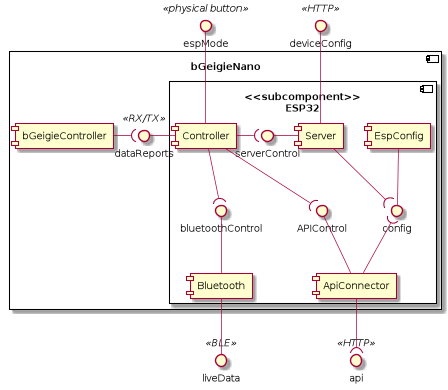
Above: designs/diagrams/components.png in Safecast/bGeigieCast (PlantUML), before the change.
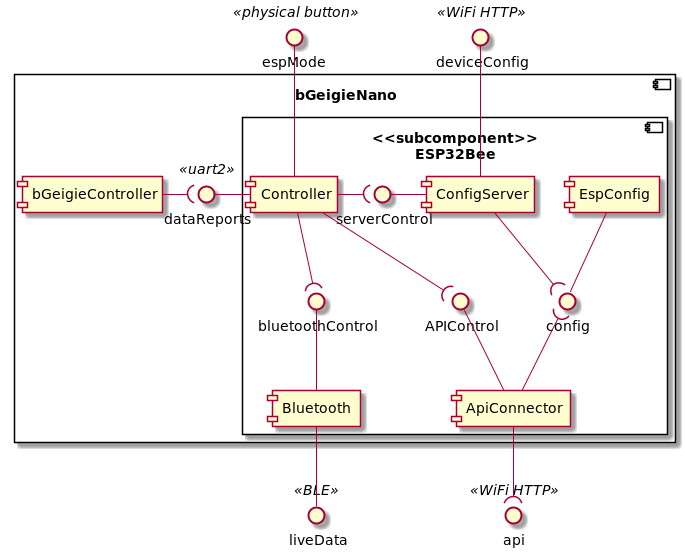
After the commit.

The edit, as a diff of the source:
```diff
@@ -1,32 +1,32 @@
 @startuml
 
 interface espMode<<physical button>>
-interface deviceConfig<<HTTP>>
+interface deviceConfig<<WiFi HTTP>>
 interface liveData<<BLE>>
-interface api<<HTTP>>
+interface api<<WiFi HTTP>>
 
 component bGeigieNano\n {
-    interface dataReports<<RX/TX>>
+    interface dataReports<<uart2>>
     component bGeigieController
 
-    component <<subcomponent>>\nESP32\n {
+    component <<subcomponent>>\nESP32Bee\n {
         interface IBL as "bluetoothControl"
         interface IAP as "APIControl"
         interface serverControl
         component Controller
-        component Server
+        component ConfigServer
         component ApiConnector
         component Bluetooth
         component EspConfig
 
-        Server -[hidden]> EspConfig
+        ConfigServer -[hidden]> EspConfig
 
         Controller -( serverControl
-        serverControl - Server
+        serverControl - ConfigServer
         dataReports - Controller
-        config )-u- Server
+        config )-u- ConfigServer
         config -u- EspConfig
-        deviceConfig -d- Server
+        deviceConfig -d- ConfigServer
         espMode -d- Controller
         IBL )-u- Controller
         IBL -d- Bluetooth
```
